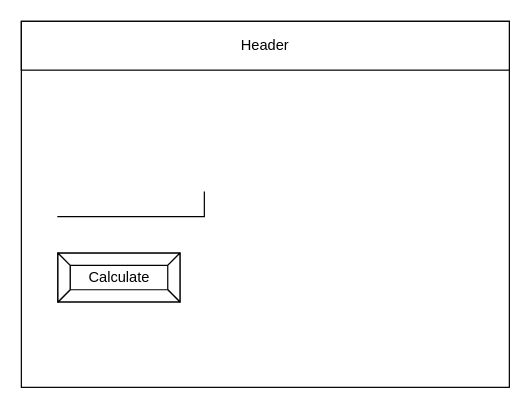
sam-corbett/ICS2O-Unit3-03-JS keeps this draw.io diagram as design/story-board.drawio. Above is the earlier version. Source tidied: cells renumbered, new cells numbered last; positions are measured from the earlier drawing's top-left corner, leaving out a move shared by most shapes. Both pictures are drawn from the tidied source at 122%, with x=0, y=0 at pixel (21, 21).
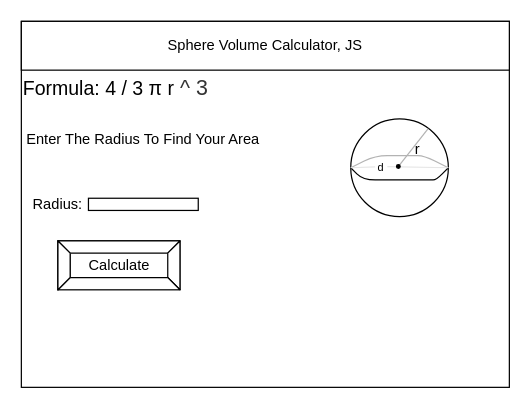
After the change.

The edit, as a diff of the source:
```diff
@@
-    <mxCell id="2" style="rounded=0;whiteSpace=wrap;html=1;" parent="1" vertex="1">
+    <mxCell id="2" style="rounded=0;whiteSpace=wrap;html=1;strokeColor=#000000;" parent="1" vertex="1">
       <mxGeometry width="400" height="300" as="geometry" />
     </mxCell>
-    <mxCell id="3" value="Header" style="rounded=0;whiteSpace=wrap;html=1;" parent="1" vertex="1">
+    <mxCell id="3" value="Sphere Volume Calculator, JS" style="rounded=0;whiteSpace=wrap;html=1;" parent="1" vertex="1">
       <mxGeometry width="400" height="40" as="geometry" />
     </mxCell>
-    <mxCell id="4" style="shape=partialRectangle;whiteSpace=wrap;html=1;top=0;left=0;fillColor=none;" parent="1" vertex="1">
-      <mxGeometry x="30" y="140" width="120" height="20" as="geometry" />
-    </mxCell>
     <mxCell id="5" value="Calculate" style="labelPosition=center;verticalLabelPosition=middle;align=center;html=1;shape=mxgraph.basic.button;dx=10;" parent="1" vertex="1">
-      <mxGeometry x="30" y="190" width="100" height="40" as="geometry" />
+      <mxGeometry x="30" y="180" width="100" height="40" as="geometry" />
     </mxCell>
+    <mxCell id="6" style="ellipse;whiteSpace=wrap;html=1;" parent="1" vertex="1">
+      <mxGeometry x="270" y="80" width="80" height="80" as="geometry" />
+    </mxCell>
+    <mxCell id="7" style="rounded=0;whiteSpace=wrap;html=1;" parent="1" vertex="1">
+      <mxGeometry x="55" y="145" width="90" height="10" as="geometry" />
+    </mxCell>
+    <mxCell id="8" value="&lt;span style=&quot;font-size: 16px&quot;&gt;Formula: 4 / 3 π r&lt;/span&gt;&lt;font color=&quot;#333333&quot; face=&quot;Arial, sans-serif&quot;&gt;&lt;span style=&quot;font-size: 17.568px ; background-color: rgb(255 , 255 , 255)&quot;&gt;&amp;nbsp;^ 3&lt;/span&gt;&lt;/font&gt;&lt;span class=&quot;mo&quot; id=&quot;MathJax-Span-14&quot; style=&quot;transition: none 0s ease 0s ; display: inline ; position: static ; border: 0px ; padding: 0px 0px 0px 0.287em ; margin: 0px ; vertical-align: 0px ; line-height: normal ; box-sizing: content-box ; color: rgb(51 , 51 , 51) ; font-size: 17.568px ; background-color: rgb(255 , 255 , 255) ; font-family: &amp;#34;mathjax_main&amp;#34;&quot;&gt;&lt;/span&gt;" style="text;html=1;strokeColor=none;fillColor=none;align=center;verticalAlign=middle;whiteSpace=wrap;rounded=0;" parent="1" vertex="1">
+      <mxGeometry y="40" width="160" height="30" as="geometry" />
+    </mxCell>
+    <mxCell id="9" value="&lt;font style=&quot;font-size: 12px&quot;&gt;Enter The Radius To Find Your Area&lt;/font&gt;" style="text;html=1;strokeColor=none;fillColor=none;align=center;verticalAlign=middle;whiteSpace=wrap;rounded=0;fontSize=16;" parent="1" vertex="1">
+      <mxGeometry y="80" width="200" height="30" as="geometry" />
+    </mxCell>
+    <mxCell id="10" value="Radius:" style="text;html=1;strokeColor=none;fillColor=none;align=center;verticalAlign=middle;whiteSpace=wrap;rounded=0;fontSize=12;" parent="1" vertex="1">
+      <mxGeometry x="10" y="140" width="40" height="20" as="geometry" />
+    </mxCell>
+    <mxCell id="11" style="endArrow=none;html=1;fontSize=12;entryX=1;entryY=0.5;entryDx=0;entryDy=0;exitX=0;exitY=0.5;exitDx=0;exitDy=0;" parent="1" edge="1" source="6" target="6">
+      <mxGeometry relative="1" as="geometry">
+        <Array as="points">
+          <mxPoint x="280" y="130" />
+          <mxPoint x="310" y="130" />
+          <mxPoint x="330" y="130" />
+          <mxPoint x="340" y="130" />
+        </Array>
+      </mxGeometry>
+    </mxCell>
+    <mxCell id="12" style="endArrow=none;html=1;fontSize=12;exitX=0;exitY=0.5;exitDx=0;exitDy=0;strokeColor=#B3B3B3;" parent="1" edge="1" source="6">
+      <mxGeometry relative="1" as="geometry">
+        <mxPoint x="350" y="120" as="targetPoint" />
+        <Array as="points">
+          <mxPoint x="290" y="110" />
+          <mxPoint x="310" y="110" />
+          <mxPoint x="330" y="110" />
+        </Array>
+      </mxGeometry>
+    </mxCell>
+    <mxCell id="13" style="endArrow=none;html=1;fontSize=12;strokeColor=#B3B3B3;entryX=0.793;entryY=0.098;entryDx=0;entryDy=0;entryPerimeter=0;startArrow=none;" parent="1" edge="1" source="17" target="6">
+      <mxGeometry relative="1" as="geometry" />
+    </mxCell>
+    <mxCell id="14" style="endArrow=none;html=1;fontSize=12;strokeColor=#000000;entryX=0.793;entryY=0.098;entryDx=0;entryDy=0;entryPerimeter=0;labelBackgroundColor=#000000;" parent="1" edge="1" target="17">
+      <mxGeometry relative="1" as="geometry">
+        <mxPoint x="310" y="120" as="sourcePoint" />
+      </mxGeometry>
+    </mxCell>
+    <mxCell id="15" value="r" style="text;html=1;strokeColor=none;fillColor=none;align=center;verticalAlign=middle;whiteSpace=wrap;rounded=0;fontSize=12;" parent="1" vertex="1">
+      <mxGeometry x="320" y="100" width="10" height="10" as="geometry" />
+    </mxCell>
+    <mxCell id="16" style="endArrow=none;html=1;labelBackgroundColor=#000000;fontSize=12;strokeColor=#E6E6E6;startArrow=none;" parent="1" edge="1" source="18">
+      <mxGeometry relative="1" as="geometry">
+        <mxPoint x="350" y="120" as="targetPoint" />
+      </mxGeometry>
+    </mxCell>
+    <mxCell id="17" style="ellipse;whiteSpace=wrap;html=1;fontSize=12;fillColor=#000000;" parent="1" vertex="1">
+      <mxGeometry x="307.5" y="117.5" width="3" height="3" as="geometry" />
+    </mxCell>
+    <mxCell id="18" value="&lt;font style=&quot;font-size: 9px&quot;&gt;d&lt;/font&gt;" style="text;html=1;strokeColor=none;fillColor=none;align=center;verticalAlign=middle;whiteSpace=wrap;rounded=0;fontSize=12;" parent="1" vertex="1">
+      <mxGeometry x="290" y="114" width="10" height="10" as="geometry" />
+    </mxCell>
+    <mxCell id="19" style="endArrow=none;html=1;labelBackgroundColor=#000000;fontSize=12;strokeColor=#E6E6E6;" parent="1" edge="1" target="18">
+      <mxGeometry relative="1" as="geometry">
+        <mxPoint x="270" y="120" as="sourcePoint" />
+      </mxGeometry>
+    </mxCell>
```
